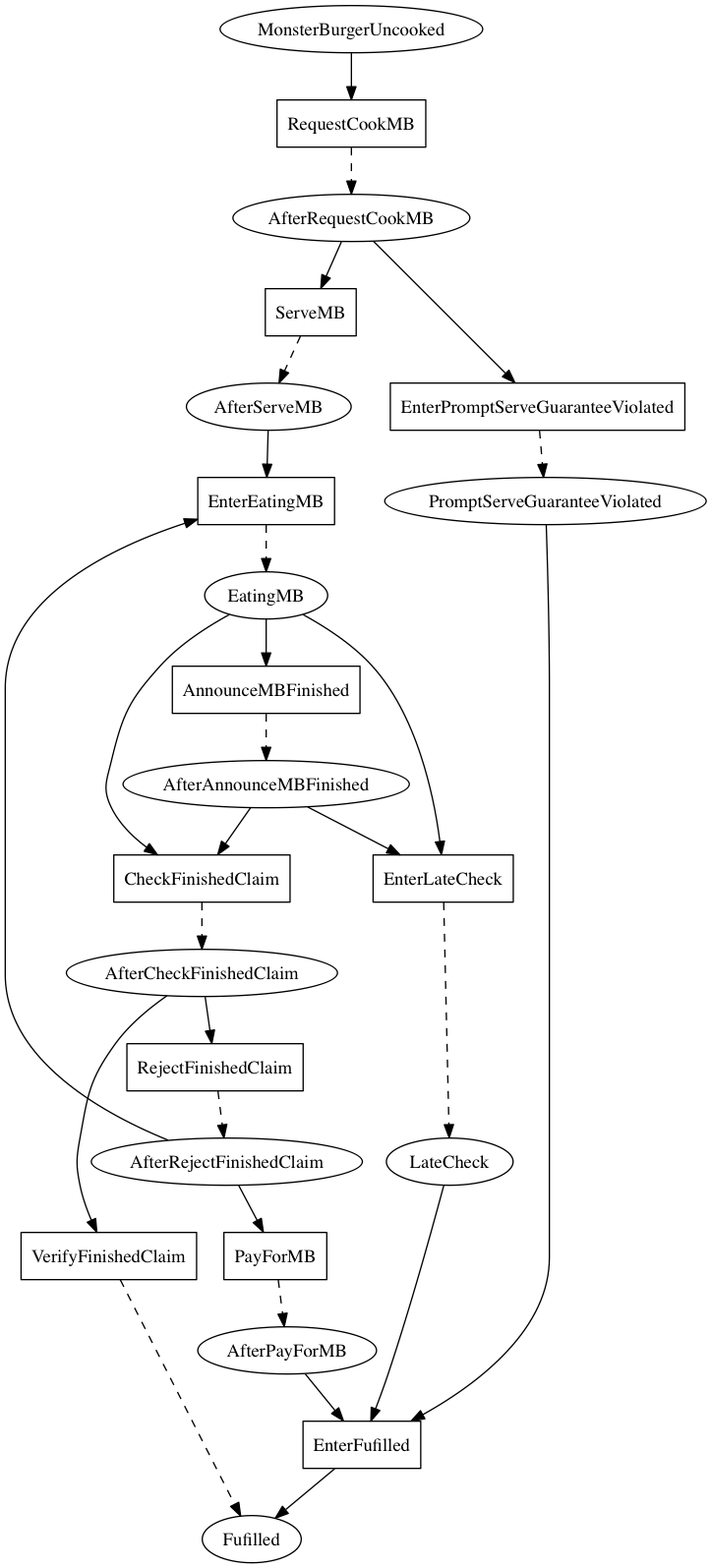
Marcao02/complaw-deeptech keeps this Graphviz diagram as linear_state_machine_language/pyL4/examples_graphviz_gen/toy_and_teaching/monster_burger_program_only.png. Above is the earlier version. Its source is kept beside it as linear_state_machine_language/pyL4/examples_graphviz_gen/toy_and_teaching/monster_burger_program_only.dot. Its diagram source:
```dot

digraph Monster_Burger {
    Fulfilled[label=Fufilled];
    MonsterBurgerUncooked[label=MonsterBurgerUncooked];
	AfterRequestCookMB[label=AfterRequestCookMB];
	AfterServeMB[label=AfterServeMB];
	PromptServeGuaranteeViolated[label=PromptServeGuaranteeViolated];
	EatingMB[label=EatingMB];
	AfterAnnounceMBFinished[label=AfterAnnounceMBFinished];
	LateCheck[label=LateCheck];
	AfterCheckFinishedClaim[label=AfterCheckFinishedClaim];
	AfterRejectFinishedClaim[label=AfterRejectFinishedClaim];
	AfterPayForMB[label=AfterPayForMB]

    EnterFulfilled[label=EnterFufilled,shape=box];
    RequestCookMB[label=RequestCookMB,shape=box];
	ServeMB[label=ServeMB,shape=box];
	EnterPromptServeGuaranteeViolated[label=EnterPromptServeGuaranteeViolated,shape=box];
	EnterEatingMB[label=EnterEatingMB,shape=box];
	AnnounceMBFinished[label=AnnounceMBFinished,shape=box];
	EnterLateCheck[label=EnterLateCheck,shape=box];
	CheckFinishedClaim[label=CheckFinishedClaim,shape=box];
	RejectFinishedClaim[label=RejectFinishedClaim,shape=box];
	PayForMB[label=PayForMB,shape=box];
	VerifyFinishedClaim[label=VerifyFinishedClaim,shape=box]

    EnterFulfilled -> Fulfilled;

    MonsterBurgerUncooked -> RequestCookMB;
	AfterRequestCookMB -> ServeMB;
	AfterRequestCookMB -> EnterPromptServeGuaranteeViolated;
	AfterServeMB -> EnterEatingMB;
	PromptServeGuaranteeViolated -> EnterFulfilled;
	EatingMB -> AnnounceMBFinished;
	EatingMB -> CheckFinishedClaim;
	EatingMB -> EnterLateCheck;
	AfterAnnounceMBFinished -> CheckFinishedClaim;
	AfterAnnounceMBFinished -> EnterLateCheck;
	LateCheck -> EnterFulfilled;
	AfterCheckFinishedClaim -> VerifyFinishedClaim;
	AfterCheckFinishedClaim -> RejectFinishedClaim;
	AfterRejectFinishedClaim -> EnterEatingMB;
	AfterRejectFinishedClaim -> PayForMB;
	AfterPayForMB -> EnterFulfilled

    RequestCookMB -> AfterRequestCookMB [style=dashed];
	ServeMB -> AfterServeMB [style=dashed];
	EnterPromptServeGuaranteeViolated -> PromptServeGuaranteeViolated [style=dashed];
	EnterEatingMB -> EatingMB [style=dashed];
	AnnounceMBFinished -> AfterAnnounceMBFinished [style=dashed];
	EnterLateCheck -> LateCheck [style=dashed];
	CheckFinishedClaim -> AfterCheckFinishedClaim [style=dashed];
	RejectFinishedClaim -> AfterRejectFinishedClaim [style=dashed];
	PayForMB -> AfterPayForMB [style=dashed];
	VerifyFinishedClaim -> Fulfilled [style=dashed];

}
```
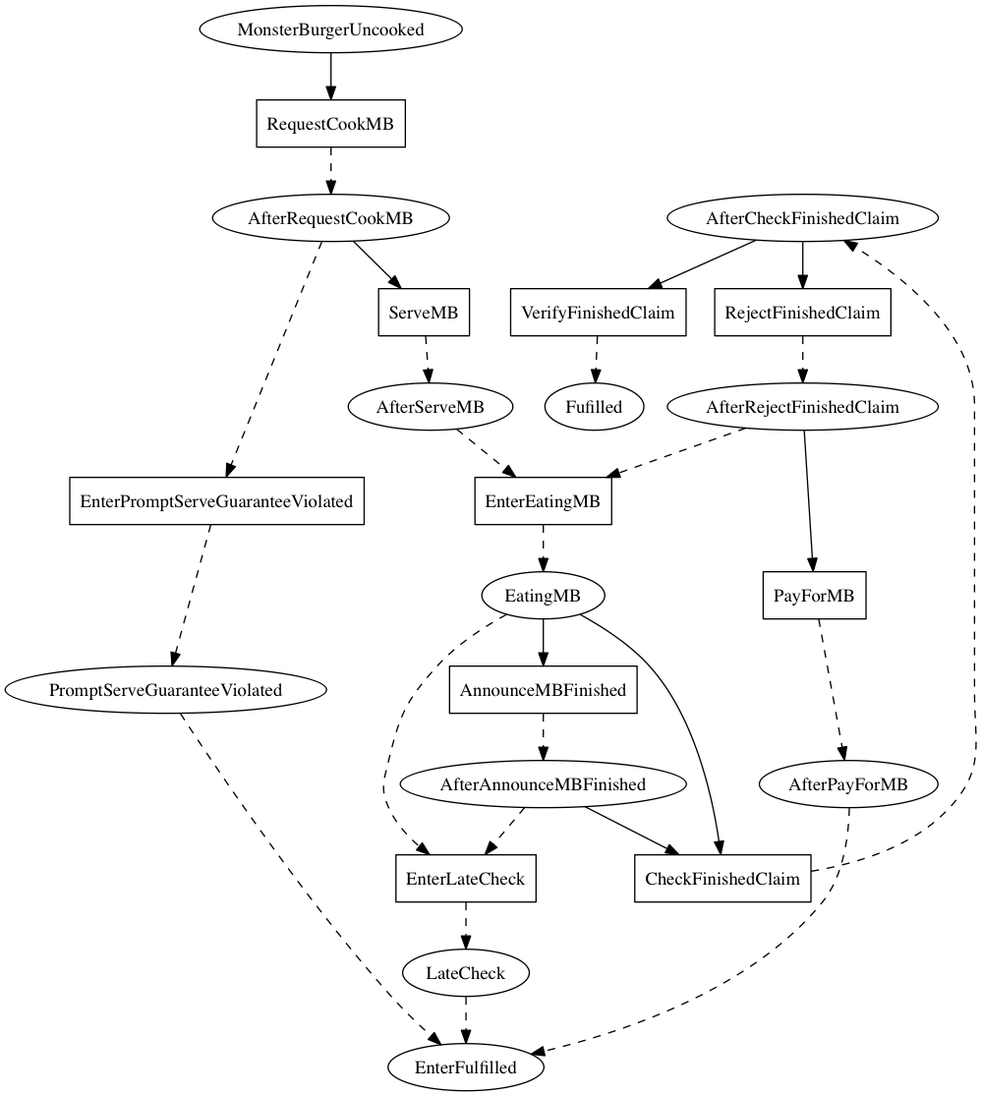
After the commit.

What changed in the source:
```diff
@@ -12,7 +12,7 @@
 	AfterRejectFinishedClaim[label=AfterRejectFinishedClaim];
 	AfterPayForMB[label=AfterPayForMB]
 
-    EnterFulfilled[label=EnterFufilled,shape=box];
+
     RequestCookMB[label=RequestCookMB,shape=box];
 	ServeMB[label=ServeMB,shape=box];
 	EnterPromptServeGuaranteeViolated[label=EnterPromptServeGuaranteeViolated,shape=box];
@@ -24,24 +24,24 @@
 	PayForMB[label=PayForMB,shape=box];
 	VerifyFinishedClaim[label=VerifyFinishedClaim,shape=box]
 
-    EnterFulfilled -> Fulfilled;
+
 
     MonsterBurgerUncooked -> RequestCookMB;
 	AfterRequestCookMB -> ServeMB;
-	AfterRequestCookMB -> EnterPromptServeGuaranteeViolated;
-	AfterServeMB -> EnterEatingMB;
-	PromptServeGuaranteeViolated -> EnterFulfilled;
+	AfterRequestCookMB -> EnterPromptServeGuaranteeViolated [style=dashed];
+	AfterServeMB -> EnterEatingMB [style=dashed];
+	PromptServeGuaranteeViolated -> EnterFulfilled [style=dashed];
 	EatingMB -> AnnounceMBFinished;
 	EatingMB -> CheckFinishedClaim;
-	EatingMB -> EnterLateCheck;
+	EatingMB -> EnterLateCheck [style=dashed];
 	AfterAnnounceMBFinished -> CheckFinishedClaim;
-	AfterAnnounceMBFinished -> EnterLateCheck;
-	LateCheck -> EnterFulfilled;
+	AfterAnnounceMBFinished -> EnterLateCheck [style=dashed];
+	LateCheck -> EnterFulfilled [style=dashed];
 	AfterCheckFinishedClaim -> VerifyFinishedClaim;
 	AfterCheckFinishedClaim -> RejectFinishedClaim;
-	AfterRejectFinishedClaim -> EnterEatingMB;
+	AfterRejectFinishedClaim -> EnterEatingMB [style=dashed];
 	AfterRejectFinishedClaim -> PayForMB;
-	AfterPayForMB -> EnterFulfilled
+	AfterPayForMB -> EnterFulfilled [style=dashed]
 
     RequestCookMB -> AfterRequestCookMB [style=dashed];
 	ServeMB -> AfterServeMB [style=dashed];
@@ -52,6 +52,5 @@
 	CheckFinishedClaim -> AfterCheckFinishedClaim [style=dashed];
 	RejectFinishedClaim -> AfterRejectFinishedClaim [style=dashed];
 	PayForMB -> AfterPayForMB [style=dashed];
-	VerifyFinishedClaim -> Fulfilled [style=dashed];
-
+	VerifyFinishedClaim -> Fulfilled [style=dashed]
 }
```
